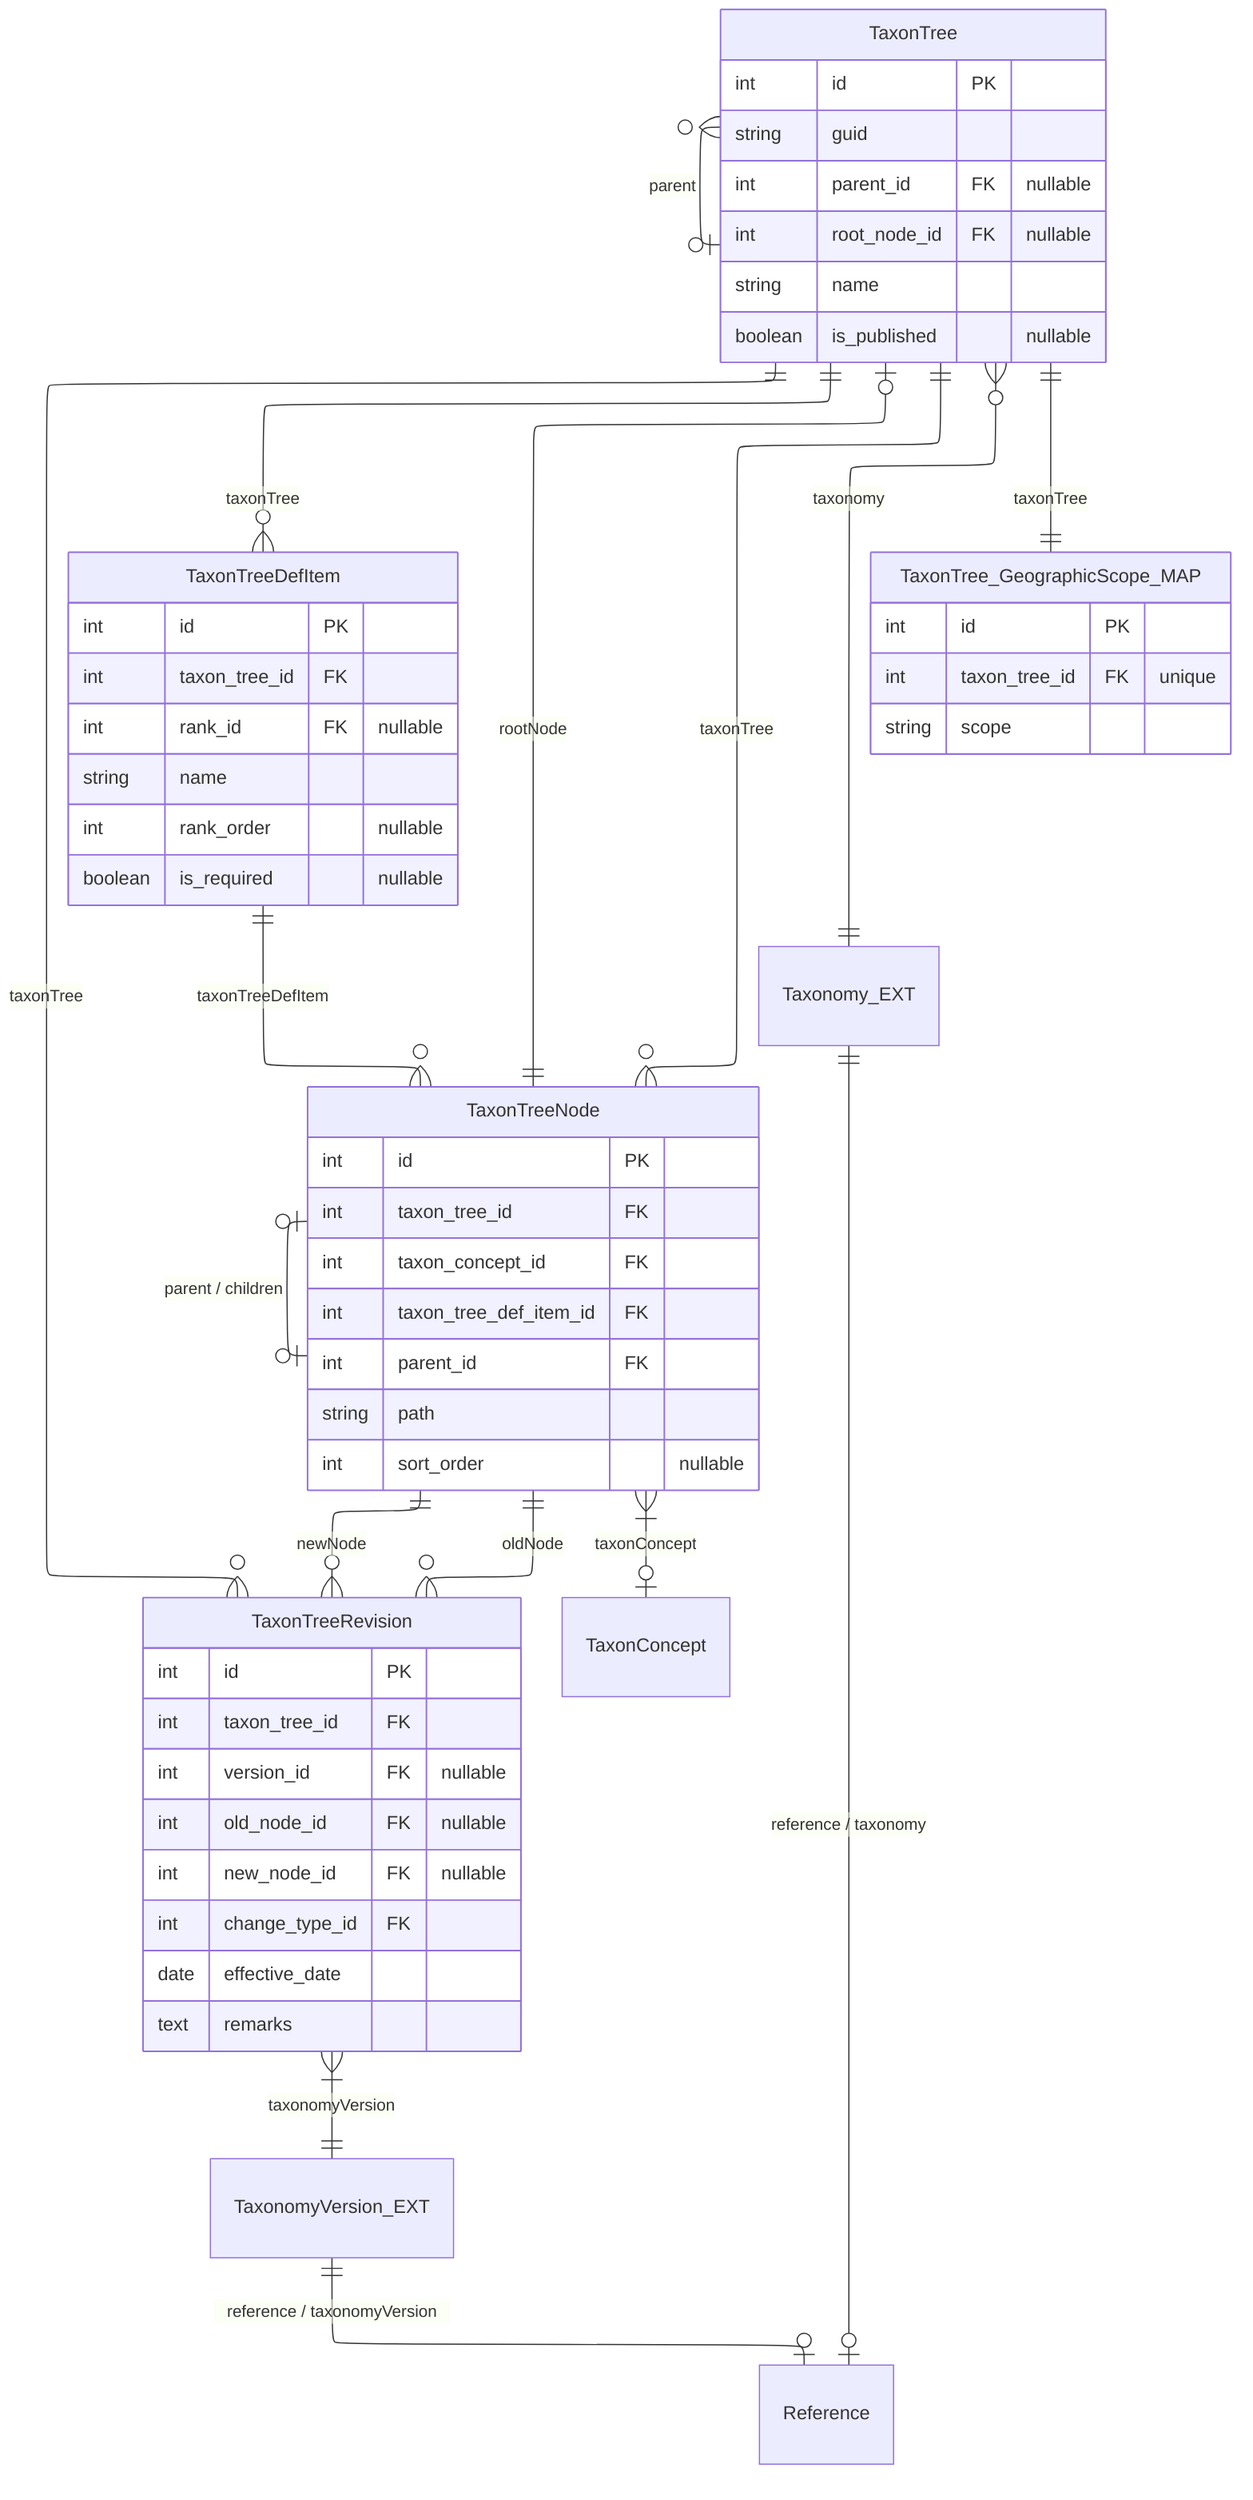
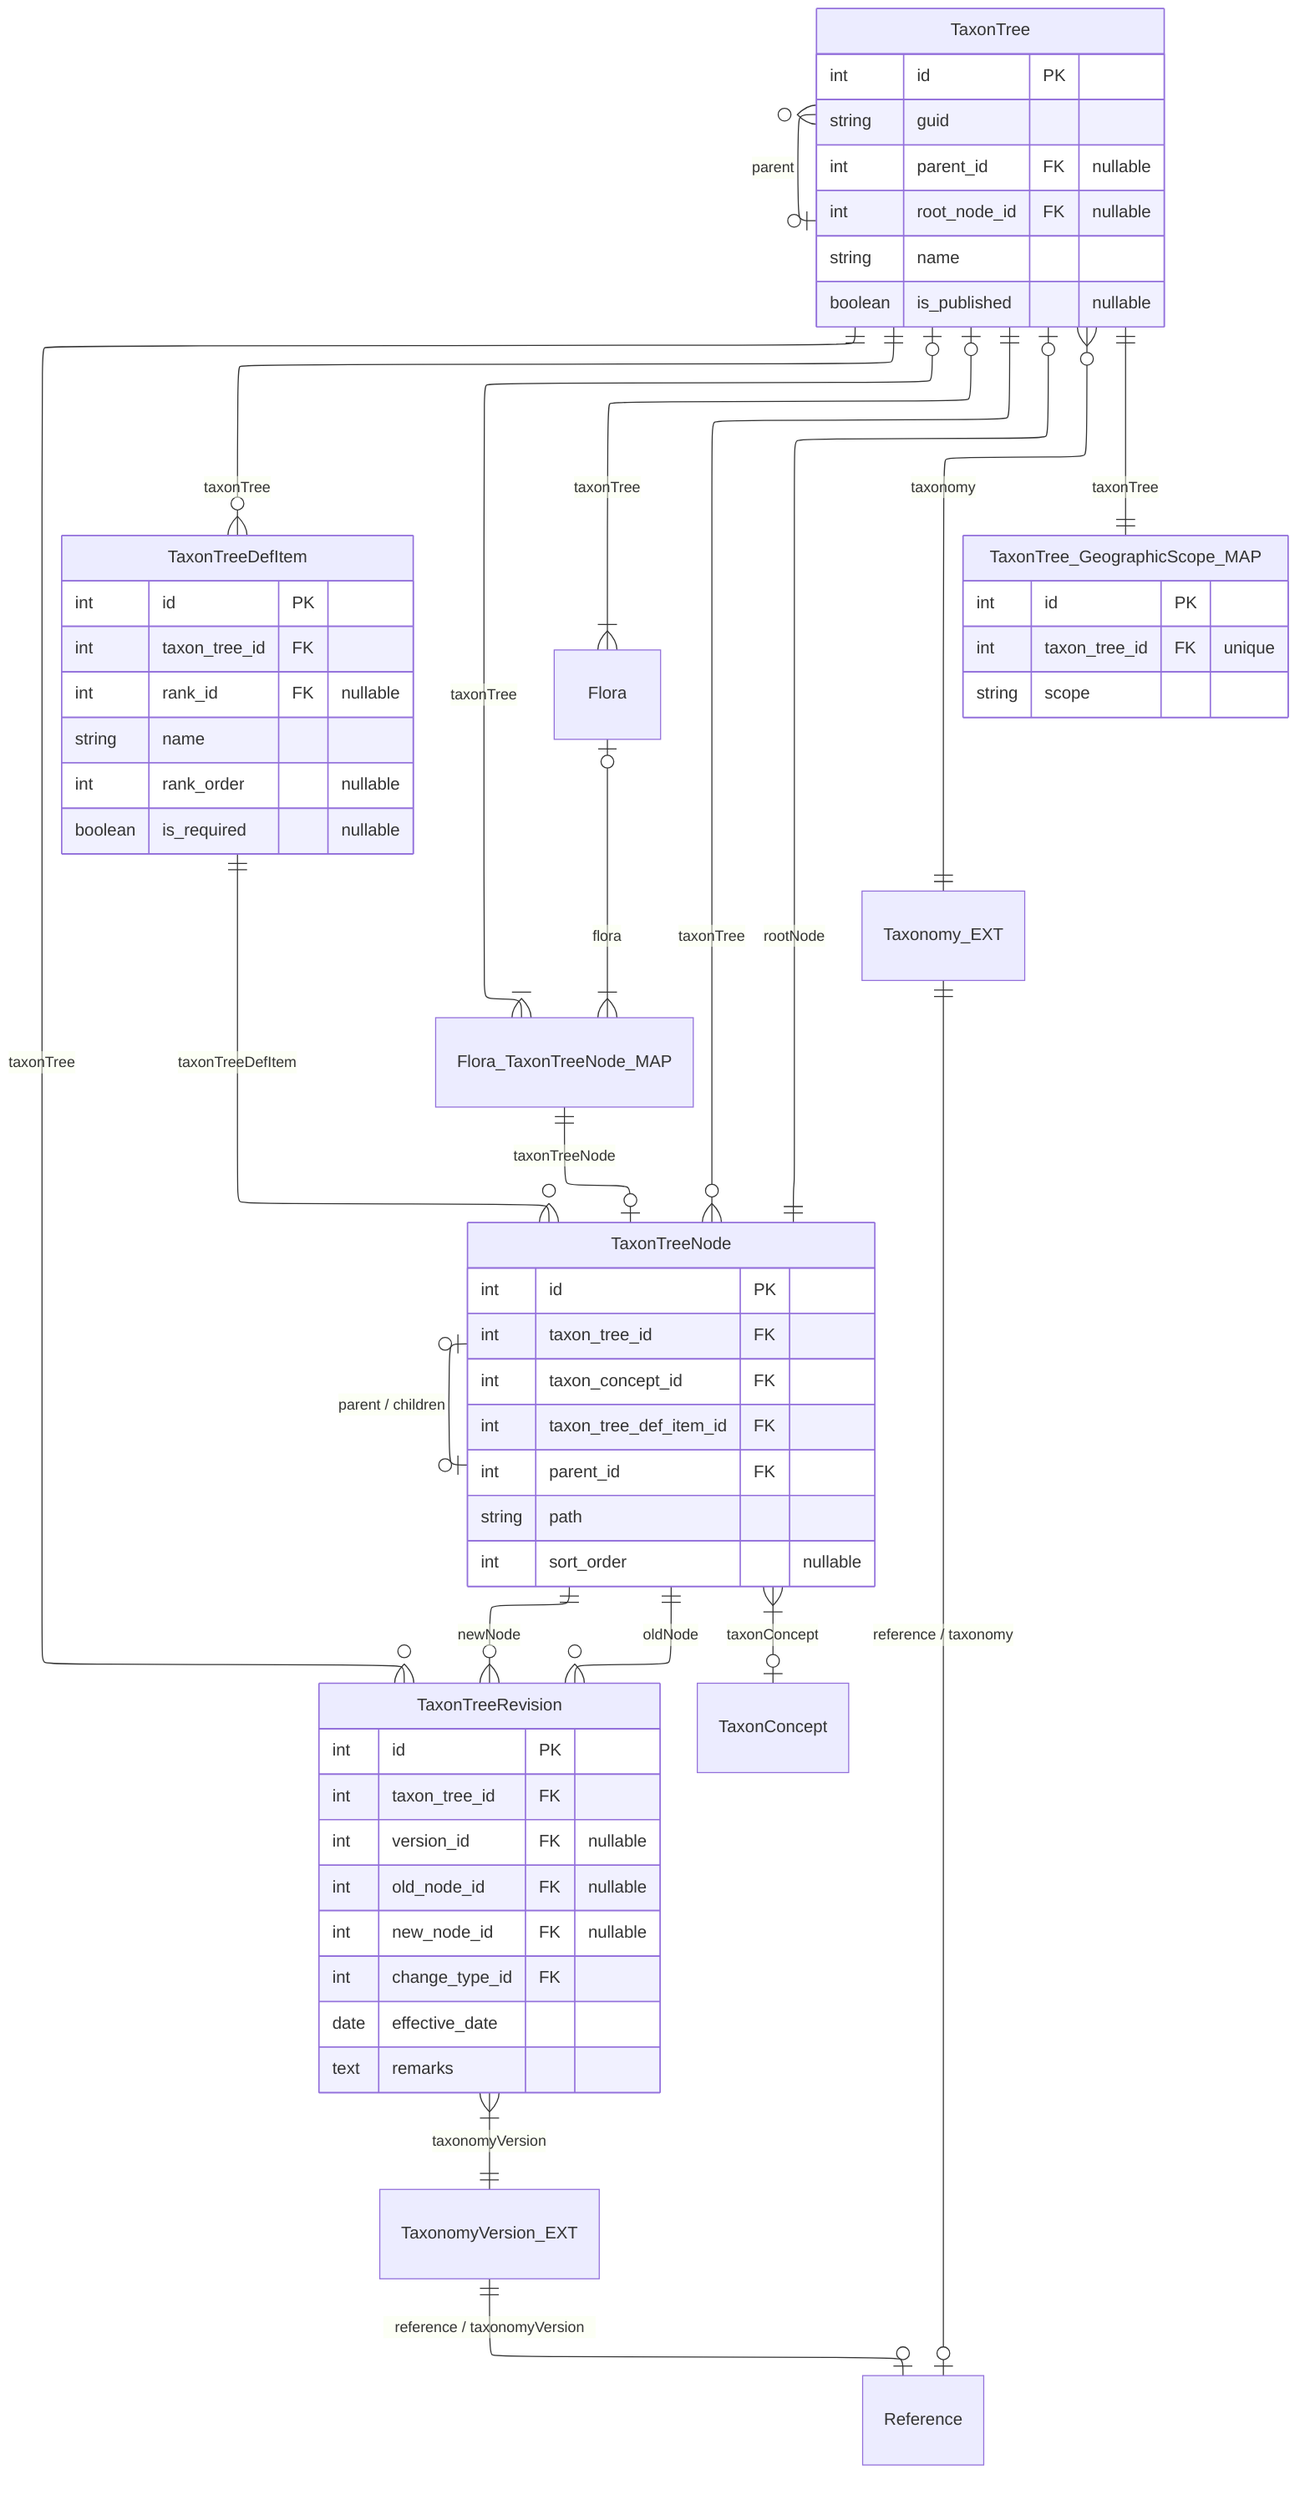
---
config:
  layout: elk
---
erDiagram
  TaxonTree ||--o{ TaxonTreeDefItem : "taxonTree"
  TaxonTree ||--o{ TaxonTreeNode : "taxonTree"
  TaxonTree |o--|| TaxonTreeNode : "rootNode"
  TaxonTree ||--|| TaxonTree_GeographicScope_MAP : taxonTree
  TaxonTree }o--o| TaxonTree : "parent"

  TaxonTreeDefItem ||--o{ TaxonTreeNode : "taxonTreeDefItem"

  TaxonTreeNode ||--o{ TaxonTreeRevision : "oldNode"
  TaxonTreeNode ||--o{ TaxonTreeRevision : "newNode"
  TaxonTree ||--o{ TaxonTreeRevision : "taxonTree"

  TaxonTreeNode }|--o| TaxonConcept : "taxonConcept"
  TaxonTreeNode |o--o| TaxonTreeNode : "parent / children"

  TaxonTree }o--|| Taxonomy_EXT : "taxonomy"
  Taxonomy_EXT ||--o| Reference : "reference / taxonomy"
  TaxonTreeRevision }|--|| TaxonomyVersion_EXT : "taxonomyVersion"
  TaxonomyVersion_EXT ||--o| Reference : "reference / taxonomyVersion"
+ 
+   TaxonTree |o--|{ Flora : "taxonTree"
+   Flora |o--|{ Flora_TaxonTreeNode_MAP : "flora"
+   Flora_TaxonTreeNode_MAP }|--o| TaxonTree : "taxonTree"
+   Flora_TaxonTreeNode_MAP ||--o| TaxonTreeNode : "taxonTreeNode"

  TaxonTree {
    int id PK
    string guid
    int parent_id FK "nullable"
    int root_node_id FK "nullable"
    string name
    boolean is_published "nullable"
  }

  TaxonTree_GeographicScope_MAP {
    int id PK
    int taxon_tree_id FK "unique"
    string scope
  }

  TaxonTreeDefItem {
    int id PK
    int taxon_tree_id FK
    int rank_id FK "nullable"
    string name
    int rank_order "nullable"
    boolean is_required "nullable"
  }

  TaxonTreeNode {
    int id PK
    int taxon_tree_id FK
    int taxon_concept_id FK
    int taxon_tree_def_item_id FK
    int parent_id FK
    string path
    int sort_order "nullable"
  }

  TaxonTreeRevision {
    int id PK
    int taxon_tree_id FK
    int version_id FK "nullable"
    int old_node_id FK "nullable"
    int new_node_id FK "nullable"
    int change_type_id FK
    date effective_date
    text remarks
  }